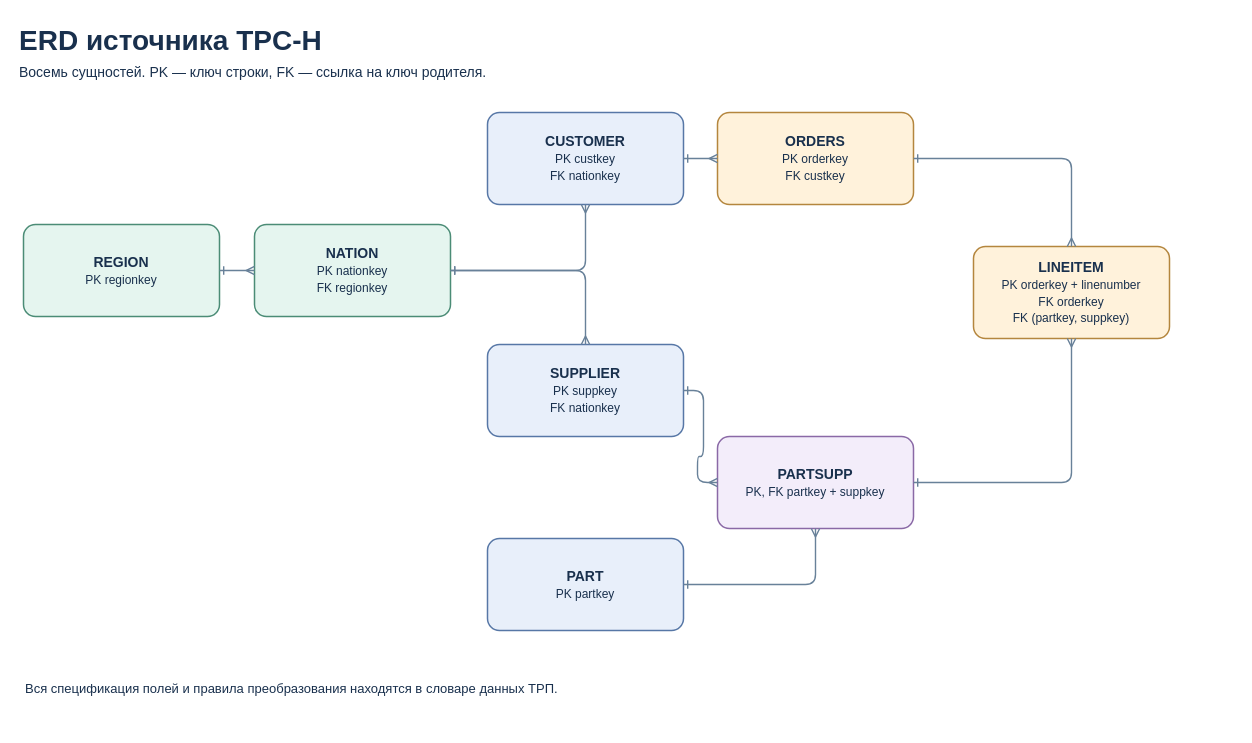
Above: docs/diagrams/tpch-erd.drawio in ychalyy/trino-iceberg-minio (draw.io), before the change. Source tidied: cells renumbered, new cells numbered last; positions are measured from the earlier drawing's top-left corner, leaving out a move shared by most shapes. Both pictures are drawn from the tidied source at 100%, with x=0, y=0 at pixel (17, 18).
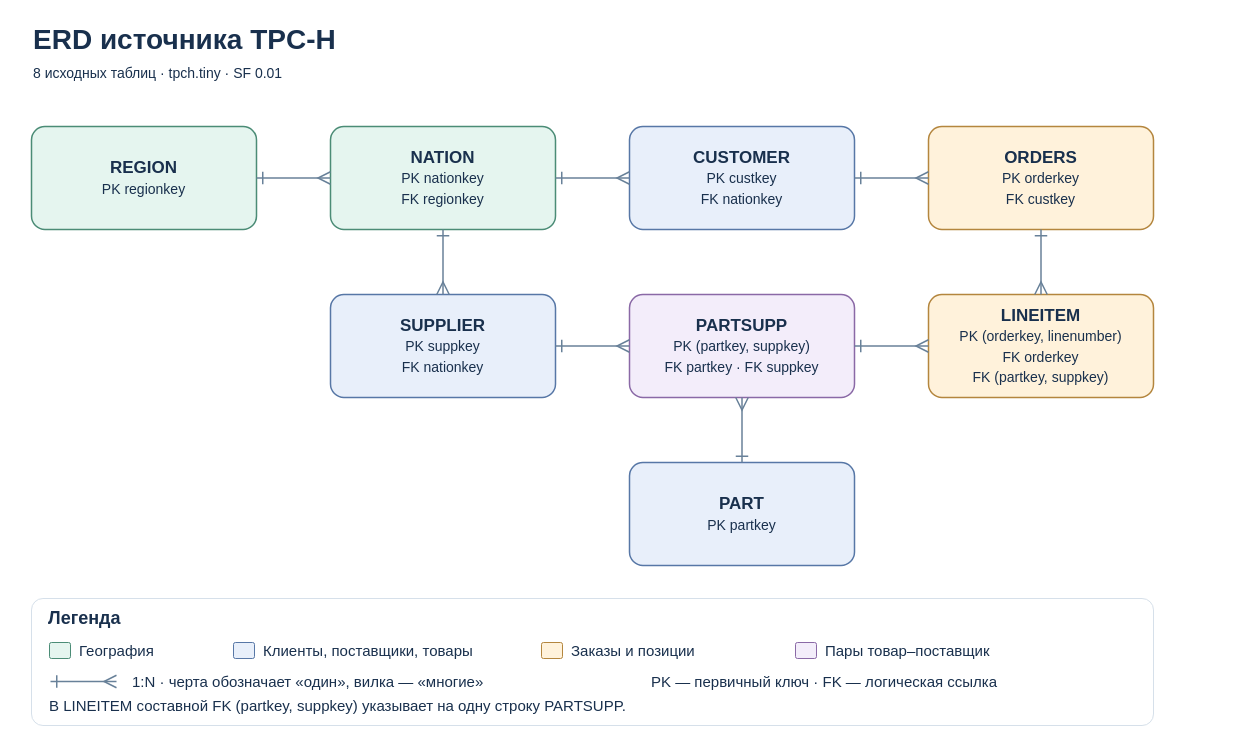
Above is the later version.

Diff of the diagram source:
```diff
@@
     <mxCell id="2" value="ERD источника TPC-H" style="text;html=0;align=left;verticalAlign=middle;fontSize=28;fontColor=#19304D;fontStyle=1;" parent="1" vertex="1">
-      <mxGeometry width="1218" height="38" as="geometry" />
+      <mxGeometry x="14" y="-1" width="1120" height="38" as="geometry" />
     </mxCell>
-    <mxCell id="3" value="Восемь сущностей. PK — ключ строки, FK — ссылка на ключ родителя." style="text;html=0;align=left;verticalAlign=middle;fontSize=14;fontColor=#19304D;fontStyle=0;" parent="1" vertex="1">
-      <mxGeometry y="41" width="1218" height="24" as="geometry" />
+    <mxCell id="3" value="8 исходных таблиц · tpch.tiny · SF 0.01" style="text;html=0;align=left;verticalAlign=middle;fontSize=14;fontColor=#19304D;fontStyle=0;" parent="1" vertex="1">
+      <mxGeometry x="14" y="41" width="1120" height="25" as="geometry" />
     </mxCell>
-    <mxCell id="4" value="&lt;b&gt;REGION&lt;/b&gt;&lt;br&gt;&lt;span style='font-size: 12px'&gt;PK regionkey&lt;/span&gt;" style="rounded=1;arcSize=13;whiteSpace=wrap;html=1;align=center;verticalAlign=middle;fontSize=14;fontColor=#19304D;strokeWidth=1.5;fillColor=#E5F5EF;strokeColor=#4B8C76;" parent="1" vertex="1">
-      <mxGeometry x="6" y="206" width="196" height="92" as="geometry" />
+    <mxCell id="4" value="&lt;b&gt;REGION&lt;/b&gt;&lt;br&gt;&lt;span style='font-size: 14px'&gt;PK regionkey&lt;/span&gt;" style="rounded=1;arcSize=13;whiteSpace=wrap;html=1;align=center;verticalAlign=middle;fontSize=17;fontColor=#19304D;strokeWidth=1.5;fillColor=#E5F5EF;strokeColor=#4B8C76;fontFamily=Arial;" parent="1" vertex="1">
+      <mxGeometry x="14" y="108" width="225" height="103" as="geometry" />
     </mxCell>
-    <mxCell id="5" value="&lt;b&gt;NATION&lt;/b&gt;&lt;br&gt;&lt;span style='font-size: 12px'&gt;PK nationkey&lt;br&gt;FK regionkey&lt;/span&gt;" style="rounded=1;arcSize=13;whiteSpace=wrap;html=1;align=center;verticalAlign=middle;fontSize=14;fontColor=#19304D;strokeWidth=1.5;fillColor=#E5F5EF;strokeColor=#4B8C76;" parent="1" vertex="1">
-      <mxGeometry x="237" y="206" width="196" height="92" as="geometry" />
+    <mxCell id="5" value="&lt;b&gt;NATION&lt;/b&gt;&lt;br&gt;&lt;span style='font-size: 14px'&gt;PK nationkey&lt;br&gt;FK regionkey&lt;/span&gt;" style="rounded=1;arcSize=13;whiteSpace=wrap;html=1;align=center;verticalAlign=middle;fontSize=17;fontColor=#19304D;strokeWidth=1.5;fillColor=#E5F5EF;strokeColor=#4B8C76;fontFamily=Arial;" parent="1" vertex="1">
+      <mxGeometry x="313" y="108" width="225" height="103" as="geometry" />
     </mxCell>
-    <mxCell id="6" value="&lt;b&gt;CUSTOMER&lt;/b&gt;&lt;br&gt;&lt;span style='font-size: 12px'&gt;PK custkey&lt;br&gt;FK nationkey&lt;/span&gt;" style="rounded=1;arcSize=13;whiteSpace=wrap;html=1;align=center;verticalAlign=middle;fontSize=14;fontColor=#19304D;strokeWidth=1.5;fillColor=#E8EFFA;strokeColor=#5777A6;" parent="1" vertex="1">
-      <mxGeometry x="470" y="94" width="196" height="92" as="geometry" />
+    <mxCell id="6" value="&lt;b&gt;CUSTOMER&lt;/b&gt;&lt;br&gt;&lt;span style='font-size: 14px'&gt;PK custkey&lt;br&gt;FK nationkey&lt;/span&gt;" style="rounded=1;arcSize=13;whiteSpace=wrap;html=1;align=center;verticalAlign=middle;fontSize=17;fontColor=#19304D;strokeWidth=1.5;fillColor=#E8EFFA;strokeColor=#5777A6;fontFamily=Arial;" parent="1" vertex="1">
+      <mxGeometry x="612" y="108" width="225" height="103" as="geometry" />
     </mxCell>
-    <mxCell id="7" value="&lt;b&gt;SUPPLIER&lt;/b&gt;&lt;br&gt;&lt;span style='font-size: 12px'&gt;PK suppkey&lt;br&gt;FK nationkey&lt;/span&gt;" style="rounded=1;arcSize=13;whiteSpace=wrap;html=1;align=center;verticalAlign=middle;fontSize=14;fontColor=#19304D;strokeWidth=1.5;fillColor=#E8EFFA;strokeColor=#5777A6;" parent="1" vertex="1">
-      <mxGeometry x="470" y="326" width="196" height="92" as="geometry" />
+    <mxCell id="7" value="&lt;b&gt;SUPPLIER&lt;/b&gt;&lt;br&gt;&lt;span style='font-size: 14px'&gt;PK suppkey&lt;br&gt;FK nationkey&lt;/span&gt;" style="rounded=1;arcSize=13;whiteSpace=wrap;html=1;align=center;verticalAlign=middle;fontSize=17;fontColor=#19304D;strokeWidth=1.5;fillColor=#E8EFFA;strokeColor=#5777A6;fontFamily=Arial;" parent="1" vertex="1">
+      <mxGeometry x="313" y="276" width="225" height="103" as="geometry" />
     </mxCell>
-    <mxCell id="8" value="&lt;b&gt;ORDERS&lt;/b&gt;&lt;br&gt;&lt;span style='font-size: 12px'&gt;PK orderkey&lt;br&gt;FK custkey&lt;/span&gt;" style="rounded=1;arcSize=13;whiteSpace=wrap;html=1;align=center;verticalAlign=middle;fontSize=14;fontColor=#19304D;strokeWidth=1.5;fillColor=#FFF2DB;strokeColor=#B4863E;" parent="1" vertex="1">
-      <mxGeometry x="700" y="94" width="196" height="92" as="geometry" />
+    <mxCell id="8" value="&lt;b&gt;ORDERS&lt;/b&gt;&lt;br&gt;&lt;span style='font-size: 14px'&gt;PK orderkey&lt;br&gt;FK custkey&lt;/span&gt;" style="rounded=1;arcSize=13;whiteSpace=wrap;html=1;align=center;verticalAlign=middle;fontSize=17;fontColor=#19304D;strokeWidth=1.5;fillColor=#FFF2DB;strokeColor=#B4863E;fontFamily=Arial;" parent="1" vertex="1">
+      <mxGeometry x="911" y="108" width="225" height="103" as="geometry" />
     </mxCell>
-    <mxCell id="9" value="&lt;b&gt;PART&lt;/b&gt;&lt;br&gt;&lt;span style='font-size: 12px'&gt;PK partkey&lt;/span&gt;" style="rounded=1;arcSize=13;whiteSpace=wrap;html=1;align=center;verticalAlign=middle;fontSize=14;fontColor=#19304D;strokeWidth=1.5;fillColor=#E8EFFA;strokeColor=#5777A6;" parent="1" vertex="1">
-      <mxGeometry x="470" y="520" width="196" height="92" as="geometry" />
+    <mxCell id="9" value="&lt;b&gt;PART&lt;/b&gt;&lt;br&gt;&lt;span style='font-size: 14px'&gt;PK partkey&lt;/span&gt;" style="rounded=1;arcSize=13;whiteSpace=wrap;html=1;align=center;verticalAlign=middle;fontSize=17;fontColor=#19304D;strokeWidth=1.5;fillColor=#E8EFFA;strokeColor=#5777A6;fontFamily=Arial;" parent="1" vertex="1">
+      <mxGeometry x="612" y="444" width="225" height="103" as="geometry" />
     </mxCell>
-    <mxCell id="10" value="&lt;b&gt;PARTSUPP&lt;/b&gt;&lt;br&gt;&lt;span style='font-size: 12px'&gt;PK, FK partkey + suppkey&lt;/span&gt;" style="rounded=1;arcSize=13;whiteSpace=wrap;html=1;align=center;verticalAlign=middle;fontSize=14;fontColor=#19304D;strokeWidth=1.5;fillColor=#F3EDFA;strokeColor=#8A69A6;" parent="1" vertex="1">
-      <mxGeometry x="700" y="418" width="196" height="92" as="geometry" />
+    <mxCell id="10" value="&lt;b&gt;PARTSUPP&lt;/b&gt;&lt;br&gt;&lt;span style='font-size: 14px'&gt;PK (partkey, suppkey)&lt;br&gt;FK partkey · FK suppkey&lt;/span&gt;" style="rounded=1;arcSize=13;whiteSpace=wrap;html=1;align=center;verticalAlign=middle;fontSize=17;fontColor=#19304D;strokeWidth=1.5;fillColor=#F3EDFA;strokeColor=#8A69A6;fontFamily=Arial;" parent="1" vertex="1">
+      <mxGeometry x="612" y="276" width="225" height="103" as="geometry" />
     </mxCell>
-    <mxCell id="11" value="&lt;b&gt;LINEITEM&lt;/b&gt;&lt;br&gt;&lt;span style='font-size: 12px'&gt;PK orderkey + linenumber&lt;br&gt;FK orderkey&lt;br&gt;FK (partkey, suppkey)&lt;/span&gt;" style="rounded=1;arcSize=13;whiteSpace=wrap;html=1;align=center;verticalAlign=middle;fontSize=14;fontColor=#19304D;strokeWidth=1.5;fillColor=#FFF2DB;strokeColor=#B4863E;" parent="1" vertex="1">
-      <mxGeometry x="956" y="228" width="196" height="92" as="geometry" />
+    <mxCell id="11" value="&lt;b&gt;LINEITEM&lt;/b&gt;&lt;br&gt;&lt;span style='font-size: 14px'&gt;PK (orderkey, linenumber)&lt;br&gt;FK orderkey&lt;br&gt;FK (partkey, suppkey)&lt;/span&gt;" style="rounded=1;arcSize=13;whiteSpace=wrap;html=1;align=center;verticalAlign=middle;fontSize=17;fontColor=#19304D;strokeWidth=1.5;fillColor=#FFF2DB;strokeColor=#B4863E;fontFamily=Arial;" parent="1" vertex="1">
+      <mxGeometry x="911" y="276" width="225" height="103" as="geometry" />
     </mxCell>
-    <mxCell id="12" style="edgeStyle=orthogonalEdgeStyle;rounded=1;jettySize=auto;html=1;strokeColor=#688199;strokeWidth=1.4;fontSize=11;fontColor=#344D63;labelBackgroundColor=#FFFFFF;startArrow=ERone;endArrow=ERmany;startFill=0;endFill=0;" parent="1" edge="1" source="4" target="5">
+    <mxCell id="12" style="noEdgeStyle=1;strokeColor=#688199;strokeWidth=1.5;startArrow=ERone;endArrow=ERmany;startFill=0;endFill=0;startSize=10;endSize=10;exitX=1;exitY=0.5;entryX=0;entryY=0.5;exitPerimeter=0;entryPerimeter=0;" parent="1" edge="1" source="4" target="5">
       <mxGeometry relative="1" as="geometry" />
     </mxCell>
-    <mxCell id="13" style="edgeStyle=orthogonalEdgeStyle;rounded=1;jettySize=auto;html=1;strokeColor=#688199;strokeWidth=1.4;fontSize=11;fontColor=#344D63;labelBackgroundColor=#FFFFFF;startArrow=ERone;endArrow=ERmany;startFill=0;endFill=0;" parent="1" edge="1" source="5" target="6">
+    <mxCell id="13" style="noEdgeStyle=1;strokeColor=#688199;strokeWidth=1.5;startArrow=ERone;endArrow=ERmany;startFill=0;endFill=0;startSize=10;endSize=10;exitX=1;exitY=0.5;entryX=0;entryY=0.5;exitPerimeter=0;entryPerimeter=0;" parent="1" edge="1" source="5" target="6">
       <mxGeometry relative="1" as="geometry" />
     </mxCell>
-    <mxCell id="14" style="edgeStyle=orthogonalEdgeStyle;rounded=1;jettySize=auto;html=1;strokeColor=#688199;strokeWidth=1.4;fontSize=11;fontColor=#344D63;labelBackgroundColor=#FFFFFF;startArrow=ERone;endArrow=ERmany;startFill=0;endFill=0;" parent="1" edge="1" source="5" target="7">
+    <mxCell id="14" style="noEdgeStyle=1;strokeColor=#688199;strokeWidth=1.5;startArrow=ERone;endArrow=ERmany;startFill=0;endFill=0;startSize=10;endSize=10;exitX=0.5;exitY=1;entryX=0.5;entryY=0;exitPerimeter=0;entryPerimeter=0;" parent="1" edge="1" source="5" target="7">
       <mxGeometry relative="1" as="geometry" />
     </mxCell>
-    <mxCell id="15" style="edgeStyle=orthogonalEdgeStyle;rounded=1;jettySize=auto;html=1;strokeColor=#688199;strokeWidth=1.4;fontSize=11;fontColor=#344D63;labelBackgroundColor=#FFFFFF;startArrow=ERone;endArrow=ERmany;startFill=0;endFill=0;" parent="1" edge="1" source="6" target="8">
+    <mxCell id="15" style="noEdgeStyle=1;strokeColor=#688199;strokeWidth=1.5;startArrow=ERone;endArrow=ERmany;startFill=0;endFill=0;startSize=10;endSize=10;exitX=1;exitY=0.5;entryX=0;entryY=0.5;exitPerimeter=0;entryPerimeter=0;" parent="1" edge="1" source="6" target="8">
       <mxGeometry relative="1" as="geometry" />
     </mxCell>
-    <mxCell id="16" style="edgeStyle=orthogonalEdgeStyle;rounded=1;jettySize=auto;html=1;strokeColor=#688199;strokeWidth=1.4;fontSize=11;fontColor=#344D63;labelBackgroundColor=#FFFFFF;startArrow=ERone;endArrow=ERmany;startFill=0;endFill=0;" parent="1" edge="1" source="8" target="11">
+    <mxCell id="16" style="noEdgeStyle=1;strokeColor=#688199;strokeWidth=1.5;startArrow=ERone;endArrow=ERmany;startFill=0;endFill=0;startSize=10;endSize=10;exitX=0.5;exitY=1;entryX=0.5;entryY=0;exitPerimeter=0;entryPerimeter=0;" parent="1" edge="1" source="8" target="11">
       <mxGeometry relative="1" as="geometry" />
     </mxCell>
-    <mxCell id="17" style="edgeStyle=orthogonalEdgeStyle;rounded=1;jettySize=auto;html=1;strokeColor=#688199;strokeWidth=1.4;fontSize=11;fontColor=#344D63;labelBackgroundColor=#FFFFFF;startArrow=ERone;endArrow=ERmany;startFill=0;endFill=0;" parent="1" edge="1" source="9" target="10">
+    <mxCell id="17" style="noEdgeStyle=1;strokeColor=#688199;strokeWidth=1.5;startArrow=ERone;endArrow=ERmany;startFill=0;endFill=0;startSize=10;endSize=10;exitX=0.5;exitY=0;entryX=0.5;entryY=1;exitPerimeter=0;entryPerimeter=0;" parent="1" edge="1" source="9" target="10">
       <mxGeometry relative="1" as="geometry" />
     </mxCell>
-    <mxCell id="18" style="edgeStyle=orthogonalEdgeStyle;rounded=1;jettySize=auto;html=1;strokeColor=#688199;strokeWidth=1.4;fontSize=11;fontColor=#344D63;labelBackgroundColor=#FFFFFF;startArrow=ERone;endArrow=ERmany;startFill=0;endFill=0;" parent="1" edge="1" source="7" target="10">
+    <mxCell id="18" style="noEdgeStyle=1;strokeColor=#688199;strokeWidth=1.5;startArrow=ERone;endArrow=ERmany;startFill=0;endFill=0;startSize=10;endSize=10;exitX=1;exitY=0.5;entryX=0;entryY=0.5;exitPerimeter=0;entryPerimeter=0;" parent="1" edge="1" source="7" target="10">
       <mxGeometry relative="1" as="geometry" />
     </mxCell>
-    <mxCell id="19" style="edgeStyle=orthogonalEdgeStyle;rounded=1;jettySize=auto;html=1;strokeColor=#688199;strokeWidth=1.4;fontSize=11;fontColor=#344D63;labelBackgroundColor=#FFFFFF;startArrow=ERone;endArrow=ERmany;startFill=0;endFill=0;" parent="1" edge="1" source="10" target="11">
+    <mxCell id="19" style="noEdgeStyle=1;strokeColor=#688199;strokeWidth=1.5;startArrow=ERone;endArrow=ERmany;startFill=0;endFill=0;startSize=10;endSize=10;exitX=1;exitY=0.5;entryX=0;entryY=0.5;exitPerimeter=0;entryPerimeter=0;" parent="1" edge="1" source="10" target="11">
       <mxGeometry relative="1" as="geometry" />
     </mxCell>
-    <mxCell id="20" value="Вся спецификация полей и правила преобразования находятся в словаре данных ТРП." style="text;html=0;align=left;verticalAlign=middle;fontSize=13;fontColor=#19304D;fontStyle=0;" parent="1" vertex="1">
-      <mxGeometry x="6" y="657" width="1180" height="25" as="geometry" />
-    </mxCell>
+    <mxCell id="21" style="rounded=1;arcSize=9;fillColor=#FFFFFF;strokeColor=#D6E0EA;" parent="1" vertex="1">
+      <mxGeometry x="14" y="580" width="1122" height="127" as="geometry" />
+    </mxCell>
+    <mxCell id="22" value="Легенда" style="text;html=0;align=left;verticalAlign=middle;whiteSpace=wrap;spacing=0;fontFamily=Arial;fontSize=15;fontColor=#19304D;fontSize=18;fontStyle=1;" parent="1" vertex="1">
+      <mxGeometry x="31" y="587" width="200" height="25" as="geometry" />
+    </mxCell>
+    <mxCell id="23" style="rounded=1;arcSize=12;fillColor=#E5F5EF;strokeColor=#4B8C76;" parent="1" vertex="1">
+      <mxGeometry x="32" y="624" width="21" height="16" as="geometry" />
+    </mxCell>
+    <mxCell id="24" value="География" style="text;html=0;align=left;verticalAlign=middle;whiteSpace=wrap;spacing=0;fontFamily=Arial;fontSize=15;fontColor=#19304D;" parent="1" vertex="1">
+      <mxGeometry x="62" y="616" width="270" height="32" as="geometry" />
+    </mxCell>
+    <mxCell id="25" style="rounded=1;arcSize=12;fillColor=#E8EFFA;strokeColor=#5777A6;" parent="1" vertex="1">
+      <mxGeometry x="216" y="624" width="21" height="16" as="geometry" />
+    </mxCell>
+    <mxCell id="26" value="Клиенты, поставщики, товары" style="text;html=0;align=left;verticalAlign=middle;whiteSpace=wrap;spacing=0;fontFamily=Arial;fontSize=15;fontColor=#19304D;" parent="1" vertex="1">
+      <mxGeometry x="246" y="616" width="270" height="32" as="geometry" />
+    </mxCell>
+    <mxCell id="27" style="rounded=1;arcSize=12;fillColor=#FFF2DB;strokeColor=#B4863E;" parent="1" vertex="1">
+      <mxGeometry x="524" y="624" width="21" height="16" as="geometry" />
+    </mxCell>
+    <mxCell id="28" value="Заказы и позиции" style="text;html=0;align=left;verticalAlign=middle;whiteSpace=wrap;spacing=0;fontFamily=Arial;fontSize=15;fontColor=#19304D;" parent="1" vertex="1">
+      <mxGeometry x="554" y="616" width="270" height="32" as="geometry" />
+    </mxCell>
+    <mxCell id="29" style="rounded=1;arcSize=12;fillColor=#F3EDFA;strokeColor=#8A69A6;" parent="1" vertex="1">
+      <mxGeometry x="778" y="624" width="21" height="16" as="geometry" />
+    </mxCell>
+    <mxCell id="30" value="Пары товар–поставщик" style="text;html=0;align=left;verticalAlign=middle;whiteSpace=wrap;spacing=0;fontFamily=Arial;fontSize=15;fontColor=#19304D;" parent="1" vertex="1">
+      <mxGeometry x="808" y="616" width="270" height="32" as="geometry" />
+    </mxCell>
+    <mxCell id="31" style="noEdgeStyle=1;strokeColor=#688199;strokeWidth=1.5;startArrow=ERone;endArrow=ERmany;startFill=0;endFill=0;startSize=10;endSize=10;" parent="1" edge="1">
+      <mxGeometry relative="1" as="geometry">
+        <mxPoint x="33" y="663" as="sourcePoint" />
+        <mxPoint x="99" y="663" as="targetPoint" />
+      </mxGeometry>
+    </mxCell>
+    <mxCell id="32" value="1:N · черта обозначает «один», вилка — «многие»" style="text;html=0;align=left;verticalAlign=middle;whiteSpace=wrap;spacing=0;fontFamily=Arial;fontSize=15;fontColor=#19304D;" parent="1" vertex="1">
+      <mxGeometry x="115" y="650" width="515" height="25" as="geometry" />
+    </mxCell>
+    <mxCell id="33" value="PK — первичный ключ · FK — логическая ссылка" style="text;html=0;align=left;verticalAlign=middle;whiteSpace=wrap;spacing=0;fontFamily=Arial;fontSize=15;fontColor=#19304D;" parent="1" vertex="1">
+      <mxGeometry x="634" y="650" width="471" height="25" as="geometry" />
+    </mxCell>
+    <mxCell id="34" value="В LINEITEM составной FK (partkey, suppkey) указывает на одну строку PARTSUPP." style="text;html=0;align=left;verticalAlign=middle;whiteSpace=wrap;spacing=0;fontFamily=Arial;fontSize=15;fontColor=#19304D;" parent="1" vertex="1">
+      <mxGeometry x="32" y="675" width="1071" height="24" as="geometry" />
+    </mxCell>
```
